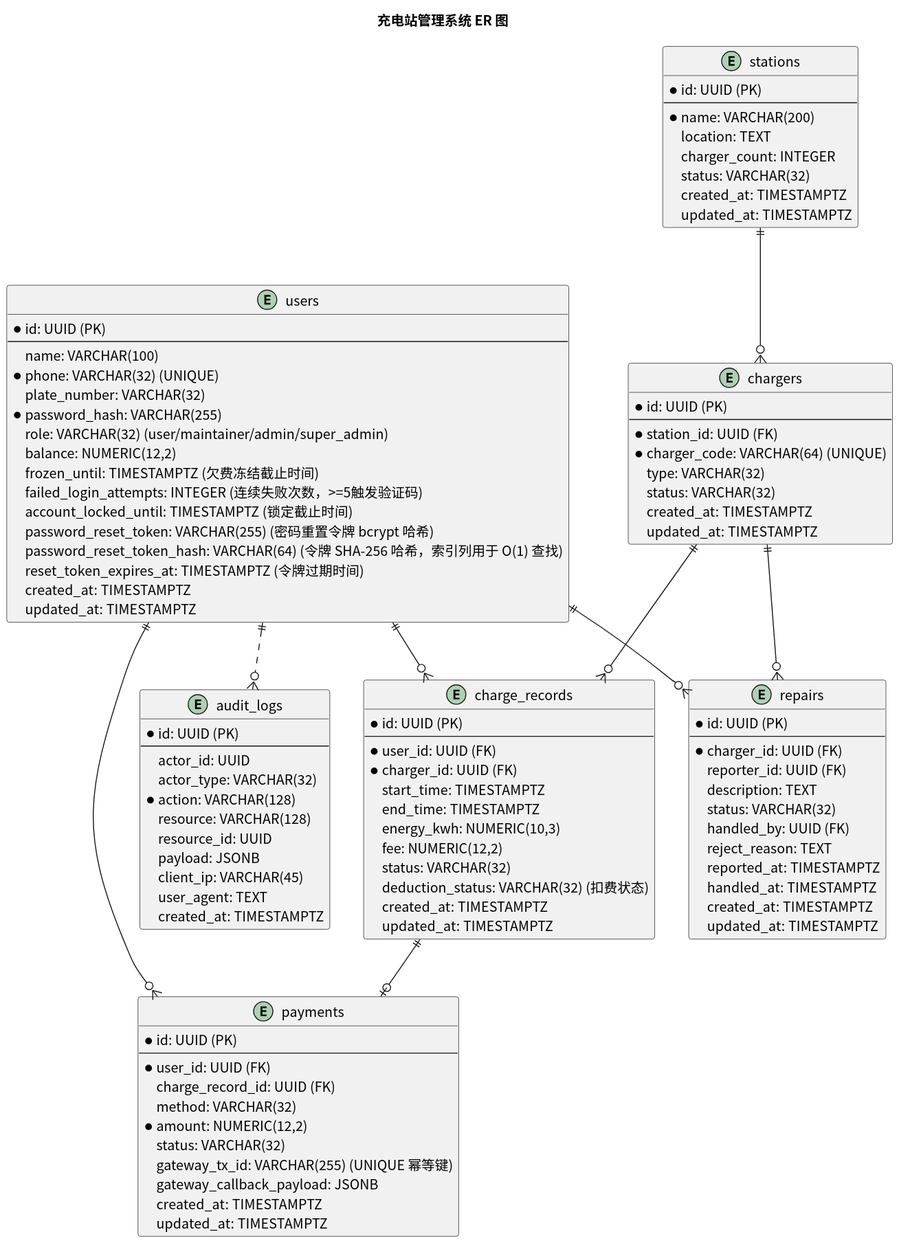
Before: usecase/docs/database/img/er_diagram.svg, a diagram exported from PlantUML (greenhandzdl/charging-station-doc).
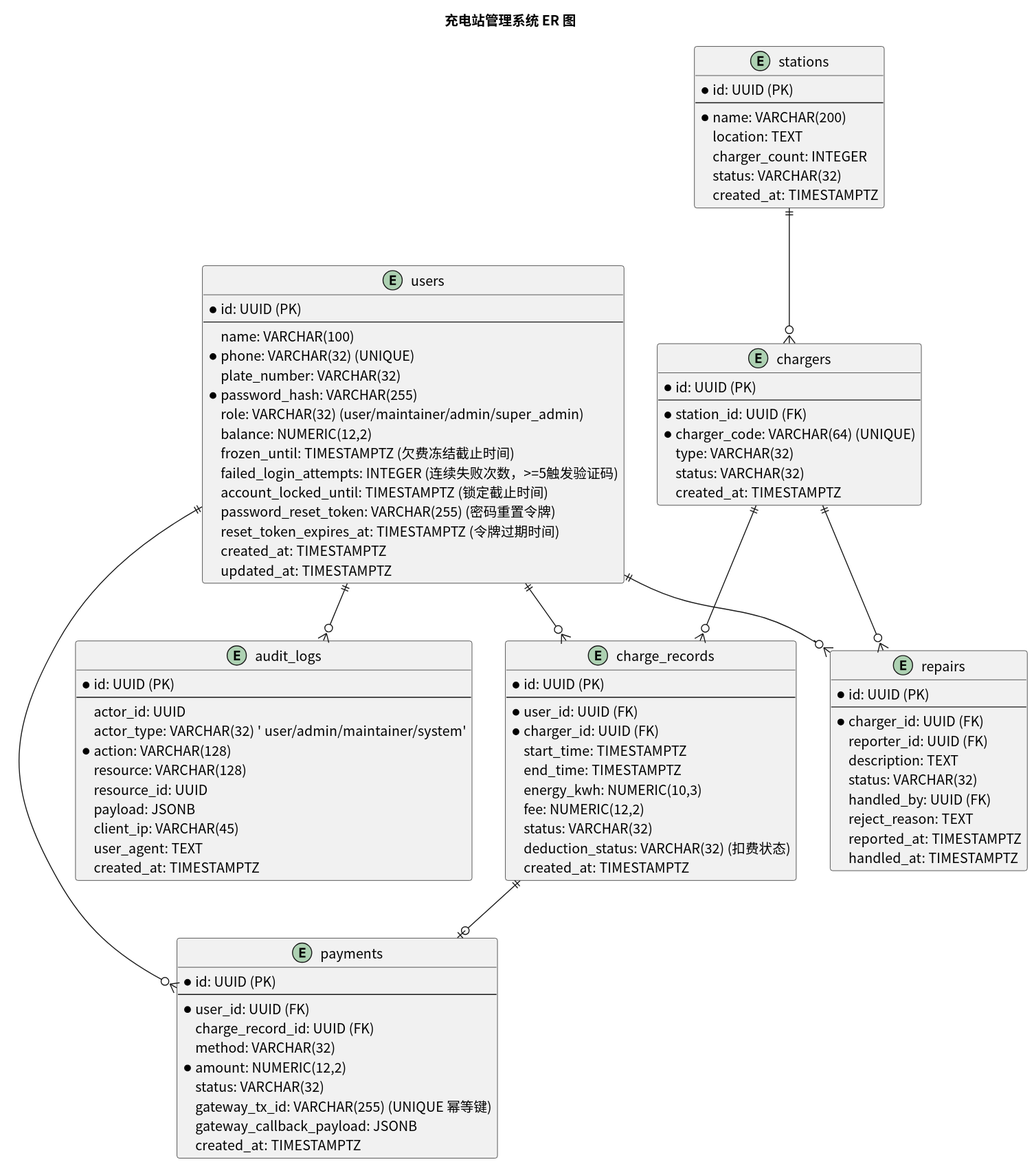
The same file after the commit.

Diff of the diagram source:
```diff
@@ -15,8 +15,7 @@
   frozen_until: TIMESTAMPTZ (欠费冻结截止时间)
   failed_login_attempts: INTEGER (连续失败次数，>=5触发验证码)
   account_locked_until: TIMESTAMPTZ (锁定截止时间)
-  password_reset_token: VARCHAR(255) (密码重置令牌 bcrypt 哈希)
-  password_reset_token_hash: VARCHAR(64) (令牌 SHA-256 哈希，索引列用于 O(1) 查找)
+  password_reset_token: VARCHAR(255) (密码重置令牌)
   reset_token_expires_at: TIMESTAMPTZ (令牌过期时间)
   created_at: TIMESTAMPTZ
   updated_at: TIMESTAMPTZ
@@ -30,7 +29,6 @@
   charger_count: INTEGER
   status: VARCHAR(32)
   created_at: TIMESTAMPTZ
-  updated_at: TIMESTAMPTZ
 }
 
 entity chargers {
@@ -41,7 +39,6 @@
   type: VARCHAR(32)
   status: VARCHAR(32)
   created_at: TIMESTAMPTZ
-  updated_at: TIMESTAMPTZ
 }
 
 entity charge_records {
@@ -56,7 +53,6 @@
   status: VARCHAR(32)
   deduction_status: VARCHAR(32) (扣费状态)
   created_at: TIMESTAMPTZ
-  updated_at: TIMESTAMPTZ
 }
 
 entity payments {
@@ -70,7 +66,6 @@
   gateway_tx_id: VARCHAR(255) (UNIQUE 幂等键)
   gateway_callback_payload: JSONB
   created_at: TIMESTAMPTZ
-  updated_at: TIMESTAMPTZ
 }
 
 entity repairs {
@@ -84,15 +79,13 @@
   reject_reason: TEXT
   reported_at: TIMESTAMPTZ
   handled_at: TIMESTAMPTZ
-  created_at: TIMESTAMPTZ
-  updated_at: TIMESTAMPTZ
 }
 
 entity audit_logs {
   *id: UUID (PK)
   --
   actor_id: UUID
-  actor_type: VARCHAR(32)
+  actor_type: VARCHAR(32)  ' user/admin/maintainer/system'
   *action: VARCHAR(128)
   resource: VARCHAR(128)
   resource_id: UUID
@@ -109,5 +102,5 @@
 charge_records ||--o| payments
 users ||--o{ repairs
 chargers ||--o{ repairs
-users ||..o{ audit_logs
+users ||--o{ audit_logs
 @enduml
```
